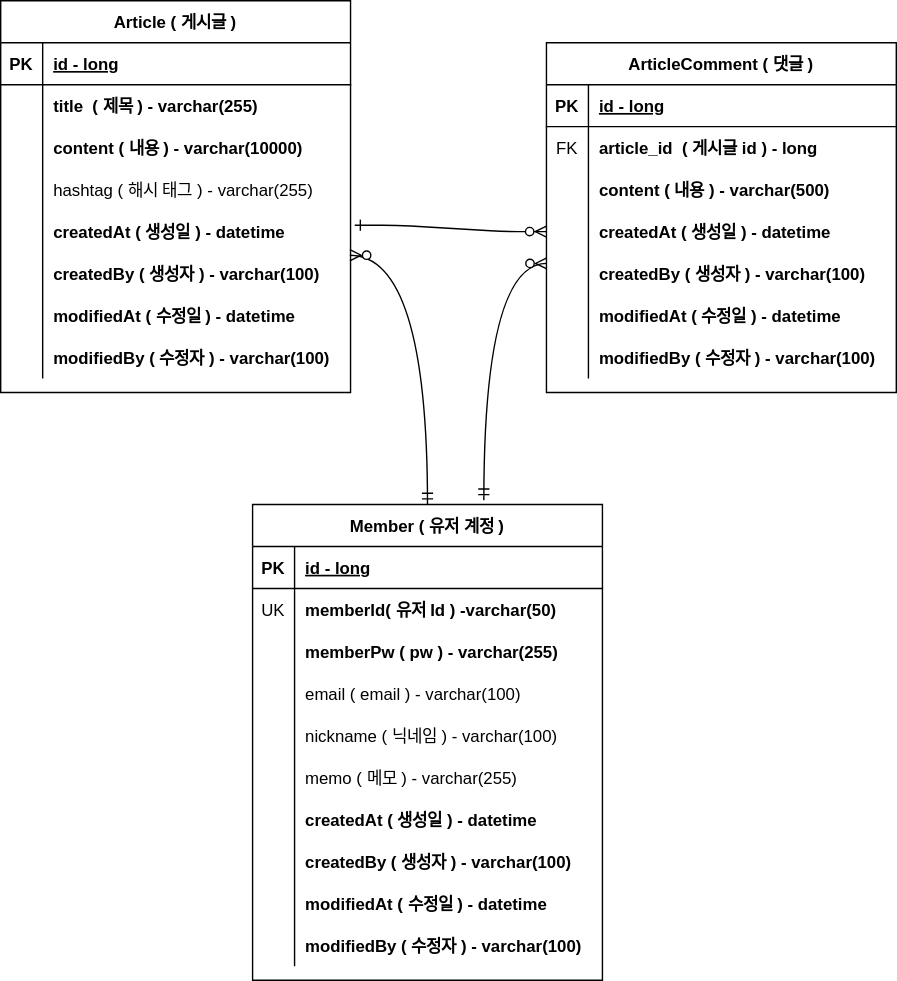
Above: document/project-board-erd.svg in jinsuo1o7/project-board (draw.io), before the change. Source tidied: cells renumbered, new cells last; positions are measured from the earlier drawing's top-left corner, leaving out a move shared by most shapes.
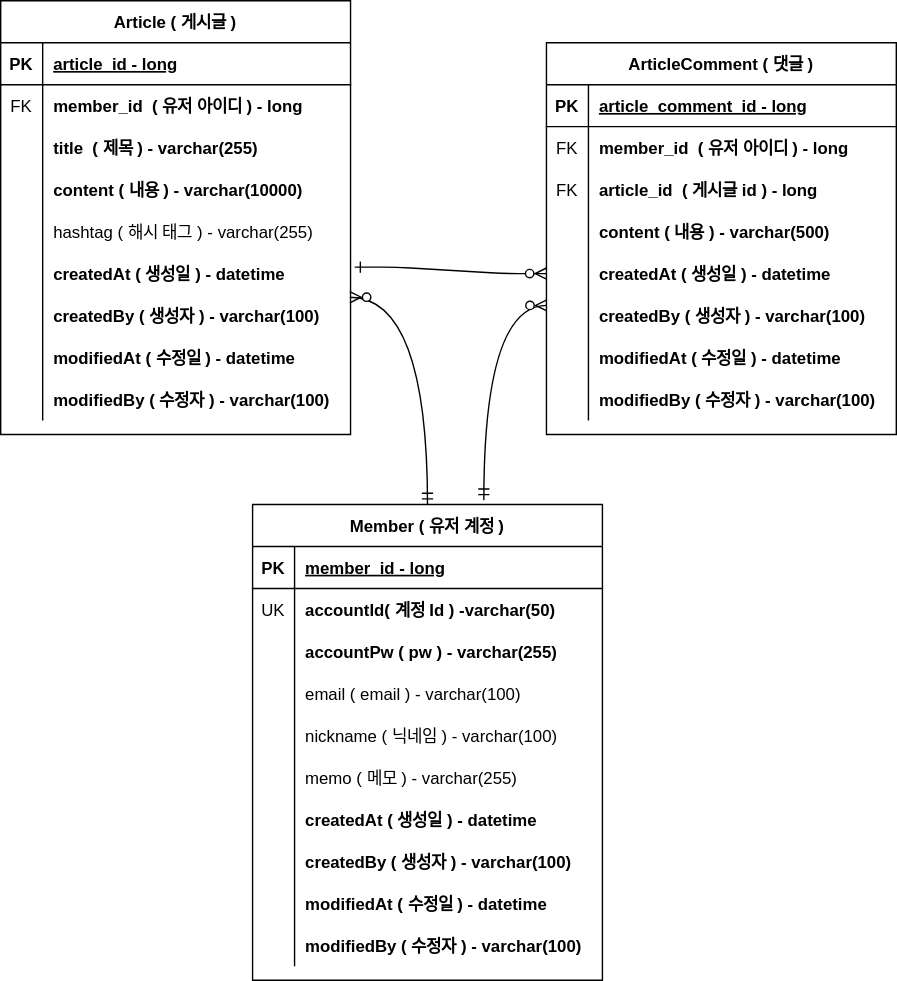
After the commit.

The edit, as a diff of the source:
```diff
@@ -6,7 +6,7 @@
       <mxGeometry relative="1" as="geometry" />
     </mxCell>
     <mxCell id="3" value="Article ( 게시글 )" style="shape=table;startSize=30;rowLines=0;fontStyle=1;align=center;" parent="1" vertex="1">
-      <mxGeometry width="250" height="280" as="geometry" />
+      <mxGeometry width="250" height="310" as="geometry" />
     </mxCell>
     <mxCell id="4" style="shape=partialRectangle;fillColor=none;top=0;left=0;right=0;bottom=1;" parent="3" vertex="1">
       <mxGeometry y="30" width="250" height="30" as="geometry" />
@@ -14,20 +14,29 @@
     <mxCell id="5" value="PK" style="shape=partialRectangle;overflow=hidden;fillColor=none;top=0;left=0;bottom=0;right=0;fontStyle=1;" parent="4" vertex="1">
       <mxGeometry width="30" height="30" as="geometry" />
     </mxCell>
-    <mxCell id="6" value="id - long" style="shape=partialRectangle;overflow=hidden;fillColor=none;top=0;left=0;bottom=0;right=0;align=left;spacingLeft=6;fontStyle=5;" parent="4" vertex="1">
+    <mxCell id="6" value="article_id - long" style="shape=partialRectangle;overflow=hidden;fillColor=none;top=0;left=0;bottom=0;right=0;align=left;spacingLeft=6;fontStyle=5;" parent="4" vertex="1">
       <mxGeometry x="30" width="220" height="30" as="geometry" />
     </mxCell>
     <mxCell id="7" style="shape=partialRectangle;fillColor=none;top=0;left=0;right=0;bottom=0;" parent="3" vertex="1">
       <mxGeometry y="60" width="250" height="30" as="geometry" />
     </mxCell>
-    <mxCell id="8" style="shape=partialRectangle;overflow=hidden;fillColor=none;top=0;left=0;bottom=0;right=0;" parent="7" vertex="1">
+    <mxCell id="8" value="FK" style="shape=partialRectangle;overflow=hidden;fillColor=none;top=0;left=0;bottom=0;right=0;" parent="7" vertex="1">
       <mxGeometry width="30" height="30" as="geometry" />
     </mxCell>
-    <mxCell id="9" value="title  ( 제목 ) - varchar(255)" style="shape=partialRectangle;overflow=hidden;fillColor=none;top=0;left=0;bottom=0;right=0;align=left;spacingLeft=6;fontStyle=1;" parent="7" vertex="1">
+    <mxCell id="9" value="member_id  ( 유저 아이디 ) - long" style="shape=partialRectangle;overflow=hidden;fillColor=none;top=0;left=0;bottom=0;right=0;align=left;spacingLeft=6;fontStyle=1;" parent="7" vertex="1">
       <mxGeometry x="30" width="220" height="30" as="geometry" />
     </mxCell>
+    <mxCell id="83" style="shape=partialRectangle;fillColor=none;top=0;left=0;right=0;bottom=0;" parent="3" vertex="1">
+      <mxGeometry y="90" width="250" height="30" as="geometry" />
+    </mxCell>
+    <mxCell id="84" style="shape=partialRectangle;overflow=hidden;fillColor=none;top=0;left=0;bottom=0;right=0;" parent="83" vertex="1">
+      <mxGeometry width="30" height="30" as="geometry" />
+    </mxCell>
+    <mxCell id="85" value="title  ( 제목 ) - varchar(255)" style="shape=partialRectangle;overflow=hidden;fillColor=none;top=0;left=0;bottom=0;right=0;align=left;spacingLeft=6;fontStyle=1;" parent="83" vertex="1">
+      <mxGeometry x="30" width="220" height="30" as="geometry" />
+    </mxCell>
     <mxCell id="10" style="shape=partialRectangle;fillColor=none;top=0;left=0;right=0;bottom=0;" parent="3" vertex="1">
-      <mxGeometry y="90" width="250" height="30" as="geometry" />
+      <mxGeometry y="120" width="250" height="30" as="geometry" />
     </mxCell>
     <mxCell id="11" style="shape=partialRectangle;overflow=hidden;fillColor=none;top=0;left=0;bottom=0;right=0;" parent="10" vertex="1">
       <mxGeometry width="30" height="30" as="geometry" />
@@ -36,7 +45,7 @@
       <mxGeometry x="30" width="220" height="30" as="geometry" />
     </mxCell>
     <mxCell id="13" style="shape=partialRectangle;fillColor=none;top=0;left=0;right=0;bottom=0;" parent="3" vertex="1">
-      <mxGeometry y="120" width="250" height="30" as="geometry" />
+      <mxGeometry y="150" width="250" height="30" as="geometry" />
     </mxCell>
     <mxCell id="14" style="shape=partialRectangle;overflow=hidden;fillColor=none;top=0;left=0;bottom=0;right=0;" parent="13" vertex="1">
       <mxGeometry width="30" height="30" as="geometry" />
@@ -45,7 +54,7 @@
       <mxGeometry x="30" width="220" height="30" as="geometry" />
     </mxCell>
     <mxCell id="16" style="shape=partialRectangle;fillColor=none;points=[[0,0.5],[1,0.5]];portConstraint=eastwest;top=0;left=0;right=0;bottom=0;" parent="3" vertex="1">
-      <mxGeometry y="150" width="250" height="30" as="geometry" />
+      <mxGeometry y="180" width="250" height="30" as="geometry" />
     </mxCell>
     <mxCell id="17" style="shape=partialRectangle;overflow=hidden;fillColor=none;top=0;left=0;bottom=0;right=0;" parent="16" vertex="1">
       <mxGeometry width="30" height="30" as="geometry" />
@@ -54,7 +63,7 @@
       <mxGeometry x="30" width="220" height="30" as="geometry" />
     </mxCell>
     <mxCell id="19" style="shape=partialRectangle;fillColor=none;points=[[0,0.5],[1,0.5]];portConstraint=eastwest;top=0;left=0;right=0;bottom=0;" parent="3" vertex="1">
-      <mxGeometry y="180" width="250" height="30" as="geometry" />
+      <mxGeometry y="210" width="250" height="30" as="geometry" />
     </mxCell>
     <mxCell id="20" style="shape=partialRectangle;overflow=hidden;fillColor=none;top=0;left=0;bottom=0;right=0;" parent="19" vertex="1">
       <mxGeometry width="30" height="30" as="geometry" />
@@ -63,7 +72,7 @@
       <mxGeometry x="30" width="220" height="30" as="geometry" />
     </mxCell>
     <mxCell id="22" style="shape=partialRectangle;fillColor=none;top=0;left=0;right=0;bottom=0;" parent="3" vertex="1">
-      <mxGeometry y="210" width="250" height="30" as="geometry" />
+      <mxGeometry y="240" width="250" height="30" as="geometry" />
     </mxCell>
     <mxCell id="23" style="shape=partialRectangle;overflow=hidden;fillColor=none;top=0;left=0;bottom=0;right=0;" parent="22" vertex="1">
       <mxGeometry width="30" height="30" as="geometry" />
@@ -72,7 +81,7 @@
       <mxGeometry x="30" width="220" height="30" as="geometry" />
     </mxCell>
     <mxCell id="25" style="shape=partialRectangle;fillColor=none;top=0;left=0;right=0;bottom=0;" parent="3" vertex="1">
-      <mxGeometry y="240" width="250" height="30" as="geometry" />
+      <mxGeometry y="270" width="250" height="30" as="geometry" />
     </mxCell>
     <mxCell id="26" style="shape=partialRectangle;overflow=hidden;fillColor=none;top=0;left=0;bottom=0;right=0;" parent="25" vertex="1">
       <mxGeometry width="30" height="30" as="geometry" />
@@ -81,7 +90,7 @@
       <mxGeometry x="30" width="220" height="30" as="geometry" />
     </mxCell>
     <mxCell id="28" value="ArticleComment ( 댓글 )" style="shape=table;startSize=30;rowLines=0;fontStyle=1;align=center;" parent="1" vertex="1">
-      <mxGeometry x="390" y="30" width="250" height="250" as="geometry" />
+      <mxGeometry x="390" y="30" width="250" height="280" as="geometry" />
     </mxCell>
     <mxCell id="29" style="shape=partialRectangle;fillColor=none;top=0;left=0;right=0;bottom=1;" parent="28" vertex="1">
       <mxGeometry y="30" width="250" height="30" as="geometry" />
@@ -89,7 +98,7 @@
     <mxCell id="30" value="PK" style="shape=partialRectangle;overflow=hidden;fillColor=none;top=0;left=0;bottom=0;right=0;fontStyle=1;" parent="29" vertex="1">
       <mxGeometry width="30" height="30" as="geometry" />
     </mxCell>
-    <mxCell id="31" value="id - long" style="shape=partialRectangle;overflow=hidden;fillColor=none;top=0;left=0;bottom=0;right=0;align=left;spacingLeft=6;fontStyle=5;" parent="29" vertex="1">
+    <mxCell id="31" value="article_comment_id - long" style="shape=partialRectangle;overflow=hidden;fillColor=none;top=0;left=0;bottom=0;right=0;align=left;spacingLeft=6;fontStyle=5;" parent="29" vertex="1">
       <mxGeometry x="30" width="220" height="30" as="geometry" />
     </mxCell>
     <mxCell id="32" style="shape=partialRectangle;fillColor=none;top=0;left=0;right=0;bottom=0;" parent="28" vertex="1">
@@ -98,11 +107,20 @@
     <mxCell id="33" value="FK" style="shape=partialRectangle;overflow=hidden;fillColor=none;top=0;left=0;bottom=0;right=0;" parent="32" vertex="1">
       <mxGeometry width="30" height="30" as="geometry" />
     </mxCell>
-    <mxCell id="34" value="article_id  ( 게시글 id ) - long" style="shape=partialRectangle;overflow=hidden;fillColor=none;top=0;left=0;bottom=0;right=0;align=left;spacingLeft=6;fontStyle=1;" parent="32" vertex="1">
+    <mxCell id="34" value="member_id  ( 유저 아이디 ) - long" style="shape=partialRectangle;overflow=hidden;fillColor=none;top=0;left=0;bottom=0;right=0;align=left;spacingLeft=6;fontStyle=1;" parent="32" vertex="1">
       <mxGeometry x="30" width="220" height="30" as="geometry" />
     </mxCell>
+    <mxCell id="86" style="shape=partialRectangle;fillColor=none;top=0;left=0;right=0;bottom=0;" parent="28" vertex="1">
+      <mxGeometry y="90" width="250" height="30" as="geometry" />
+    </mxCell>
+    <mxCell id="87" value="FK" style="shape=partialRectangle;overflow=hidden;fillColor=none;top=0;left=0;bottom=0;right=0;" parent="86" vertex="1">
+      <mxGeometry width="30" height="30" as="geometry" />
+    </mxCell>
+    <mxCell id="88" value="article_id  ( 게시글 id ) - long" style="shape=partialRectangle;overflow=hidden;fillColor=none;top=0;left=0;bottom=0;right=0;align=left;spacingLeft=6;fontStyle=1;" parent="86" vertex="1">
+      <mxGeometry x="30" width="220" height="30" as="geometry" />
+    </mxCell>
     <mxCell id="35" style="shape=partialRectangle;fillColor=none;top=0;left=0;right=0;bottom=0;" parent="28" vertex="1">
-      <mxGeometry y="90" width="250" height="30" as="geometry" />
+      <mxGeometry y="120" width="250" height="30" as="geometry" />
     </mxCell>
     <mxCell id="36" style="shape=partialRectangle;overflow=hidden;fillColor=none;top=0;left=0;bottom=0;right=0;" parent="35" vertex="1">
       <mxGeometry width="30" height="30" as="geometry" />
@@ -111,7 +129,7 @@
       <mxGeometry x="30" width="220" height="30" as="geometry" />
     </mxCell>
     <mxCell id="38" style="shape=partialRectangle;fillColor=none;points=[[0,0.5],[1,0.5]];portConstraint=eastwest;top=0;left=0;right=0;bottom=0;" parent="28" vertex="1">
-      <mxGeometry y="120" width="250" height="30" as="geometry" />
+      <mxGeometry y="150" width="250" height="30" as="geometry" />
     </mxCell>
     <mxCell id="39" style="shape=partialRectangle;overflow=hidden;fillColor=none;top=0;left=0;bottom=0;right=0;" parent="38" vertex="1">
       <mxGeometry width="30" height="30" as="geometry" />
@@ -120,7 +138,7 @@
       <mxGeometry x="30" width="220" height="30" as="geometry" />
     </mxCell>
     <mxCell id="41" style="shape=partialRectangle;fillColor=none;points=[[0,0.5],[1,0.5]];portConstraint=eastwest;top=0;left=0;right=0;bottom=0;" parent="28" vertex="1">
-      <mxGeometry y="150" width="250" height="30" as="geometry" />
+      <mxGeometry y="180" width="250" height="30" as="geometry" />
     </mxCell>
     <mxCell id="42" style="shape=partialRectangle;overflow=hidden;fillColor=none;top=0;left=0;bottom=0;right=0;" parent="41" vertex="1">
       <mxGeometry width="30" height="30" as="geometry" />
@@ -129,7 +147,7 @@
       <mxGeometry x="30" width="220" height="30" as="geometry" />
     </mxCell>
     <mxCell id="44" style="shape=partialRectangle;fillColor=none;top=0;left=0;right=0;bottom=0;" parent="28" vertex="1">
-      <mxGeometry y="180" width="250" height="30" as="geometry" />
+      <mxGeometry y="210" width="250" height="30" as="geometry" />
     </mxCell>
     <mxCell id="45" style="shape=partialRectangle;overflow=hidden;fillColor=none;top=0;left=0;bottom=0;right=0;" parent="44" vertex="1">
       <mxGeometry width="30" height="30" as="geometry" />
@@ -138,7 +156,7 @@
       <mxGeometry x="30" width="220" height="30" as="geometry" />
     </mxCell>
     <mxCell id="47" style="shape=partialRectangle;fillColor=none;top=0;left=0;right=0;bottom=0;" parent="28" vertex="1">
-      <mxGeometry y="210" width="250" height="30" as="geometry" />
+      <mxGeometry y="240" width="250" height="30" as="geometry" />
     </mxCell>
     <mxCell id="48" style="shape=partialRectangle;overflow=hidden;fillColor=none;top=0;left=0;bottom=0;right=0;" parent="47" vertex="1">
       <mxGeometry width="30" height="30" as="geometry" />
@@ -155,7 +173,7 @@
     <mxCell id="52" value="PK" style="shape=partialRectangle;overflow=hidden;fillColor=none;top=0;left=0;bottom=0;right=0;fontStyle=1;" parent="51" vertex="1">
       <mxGeometry width="30" height="30" as="geometry" />
     </mxCell>
-    <mxCell id="53" value="id - long" style="shape=partialRectangle;overflow=hidden;fillColor=none;top=0;left=0;bottom=0;right=0;align=left;spacingLeft=6;fontStyle=5;" parent="51" vertex="1">
+    <mxCell id="53" value="member_id - long" style="shape=partialRectangle;overflow=hidden;fillColor=none;top=0;left=0;bottom=0;right=0;align=left;spacingLeft=6;fontStyle=5;" parent="51" vertex="1">
       <mxGeometry x="30" width="220" height="30" as="geometry" />
     </mxCell>
     <mxCell id="54" style="shape=partialRectangle;fillColor=none;top=0;left=0;right=0;bottom=0;" parent="50" vertex="1">
@@ -164,7 +182,7 @@
     <mxCell id="55" value="UK" style="shape=partialRectangle;overflow=hidden;fillColor=none;top=0;left=0;bottom=0;right=0;" parent="54" vertex="1">
       <mxGeometry width="30" height="30" as="geometry" />
     </mxCell>
-    <mxCell id="56" value="memberId( 유저 Id ) -varchar(50)" style="shape=partialRectangle;overflow=hidden;fillColor=none;top=0;left=0;bottom=0;right=0;align=left;spacingLeft=6;fontStyle=1;" parent="54" vertex="1">
+    <mxCell id="56" value="accountId( 계정 Id ) -varchar(50)" style="shape=partialRectangle;overflow=hidden;fillColor=none;top=0;left=0;bottom=0;right=0;align=left;spacingLeft=6;fontStyle=1;" parent="54" vertex="1">
       <mxGeometry x="30" width="220" height="30" as="geometry" />
     </mxCell>
     <mxCell id="57" style="shape=partialRectangle;fillColor=none;top=0;left=0;right=0;bottom=0;" parent="50" vertex="1">
@@ -173,7 +191,7 @@
     <mxCell id="58" style="shape=partialRectangle;overflow=hidden;fillColor=none;top=0;left=0;bottom=0;right=0;" parent="57" vertex="1">
       <mxGeometry width="30" height="30" as="geometry" />
     </mxCell>
-    <mxCell id="59" value="memberPw ( pw ) - varchar(255)" style="shape=partialRectangle;overflow=hidden;fillColor=none;top=0;left=0;bottom=0;right=0;align=left;spacingLeft=6;fontStyle=1;" parent="57" vertex="1">
+    <mxCell id="59" value="accountPw ( pw ) - varchar(255)" style="shape=partialRectangle;overflow=hidden;fillColor=none;top=0;left=0;bottom=0;right=0;align=left;spacingLeft=6;fontStyle=1;" parent="57" vertex="1">
       <mxGeometry x="30" width="220" height="30" as="geometry" />
     </mxCell>
     <mxCell id="60" style="shape=partialRectangle;fillColor=none;top=0;left=0;right=0;bottom=0;" parent="50" vertex="1">
```
